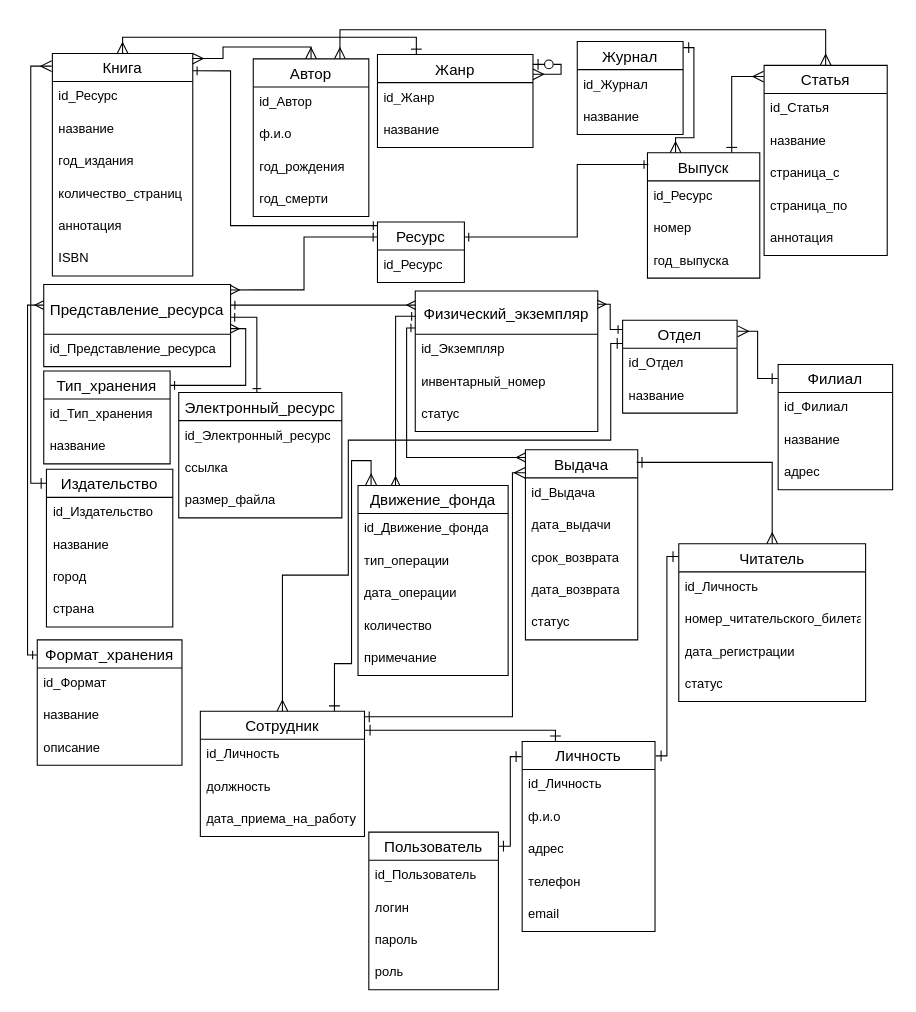
Before: page "ER-Объединенная" (3 of 9) of db_design.drawio in Alivaros/Course_Project_DB, a draw.io diagram. Source tidied: cells renumbered, new cells numbered last; positions are measured from the earlier drawing's top-left corner, leaving out a move shared by most shapes. Both pictures are drawn from the tidied source at 108%, with x=0, y=0 at pixel (27, 29).
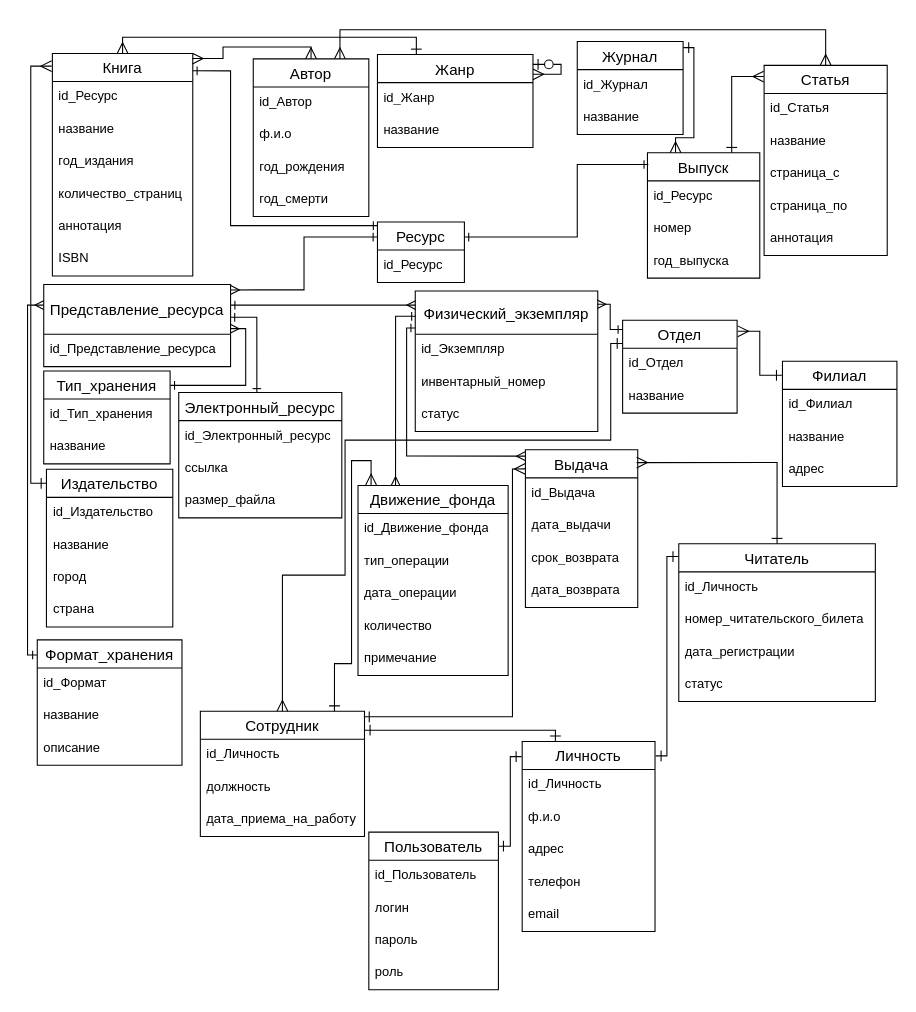
The same diagram, later.

Unchanged cells that the change refers to:
```xml
<mxCell id="39" value="Отдел" style="swimlane;fontStyle=0;horizontal=1;startSize=26;align=center;fontSize=14;" parent="1" vertex="1">
  <mxGeometry x="551" y="269" width="106" height="86" as="geometry" />
</mxCell>
<mxCell id="47" value="Сотрудник" style="swimlane;fontStyle=0;horizontal=1;startSize=26;align=center;fontSize=14;" parent="1" vertex="1">
  <mxGeometry x="160" y="631" width="152" height="116" as="geometry" />
</mxCell>
<mxCell id="93" value="Физический_экземпляр" style="swimlane;fontStyle=0;horizontal=1;startSize=40;align=center;fontSize=14;" parent="1" vertex="1">
  <mxGeometry x="359" y="242" width="169" height="130" as="geometry" />
</mxCell>
```

Change to the diagram source:
```diff
@@
     <mxCell id="35" value="Филиал" style="swimlane;fontStyle=0;horizontal=1;startSize=26;align=center;fontSize=14;" parent="1" vertex="1">
-      <mxGeometry x="695" y="310" width="106" height="116" as="geometry" />
+      <mxGeometry x="699" y="307" width="106" height="116" as="geometry" />
     </mxCell>
@@
     <mxCell id="42" value="Читатель" style="swimlane;fontStyle=0;horizontal=1;startSize=26;align=center;fontSize=14;" parent="1" vertex="1">
-      <mxGeometry x="603" y="476" width="173" height="146" as="geometry" />
+      <mxGeometry x="603" y="476" width="182" height="146" as="geometry" />
     </mxCell>
     <mxCell id="43" value="id_Личность" style="text;strokeColor=none;fillColor=none;spacingLeft=4;spacingRight=4;overflow=hidden;fontSize=12;whiteSpace=wrap;html=1;" parent="42" vertex="1">
-      <mxGeometry y="26" width="173" height="30" as="geometry" />
+      <mxGeometry y="26" width="182" height="30" as="geometry" />
     </mxCell>
     <mxCell id="44" value="номер_читательского_билета" style="text;strokeColor=none;fillColor=none;spacingLeft=4;spacingRight=4;overflow=hidden;fontSize=12;whiteSpace=wrap;html=1;" parent="42" vertex="1">
-      <mxGeometry y="56" width="173" height="30" as="geometry" />
+      <mxGeometry y="56" width="182" height="30" as="geometry" />
     </mxCell>
     <mxCell id="45" value="дата_регистрации" style="text;strokeColor=none;fillColor=none;spacingLeft=4;spacingRight=4;overflow=hidden;fontSize=12;whiteSpace=wrap;html=1;" parent="42" vertex="1">
-      <mxGeometry y="86" width="173" height="30" as="geometry" />
+      <mxGeometry y="86" width="182" height="30" as="geometry" />
     </mxCell>
     <mxCell id="46" value="статус" style="text;strokeColor=none;fillColor=none;spacingLeft=4;spacingRight=4;overflow=hidden;fontSize=12;whiteSpace=wrap;html=1;" parent="42" vertex="1">
-      <mxGeometry y="116" width="173" height="30" as="geometry" />
+      <mxGeometry y="116" width="182" height="30" as="geometry" />
     </mxCell>
@@
     <mxCell id="57" value="Выдача" style="swimlane;fontStyle=0;horizontal=1;startSize=26;align=center;fontSize=14;" parent="1" vertex="1">
-      <mxGeometry x="461" y="389" width="104" height="176" as="geometry" />
+      <mxGeometry x="461" y="389" width="104" height="146" as="geometry" />
     </mxCell>
@@
-    <mxCell id="62" value="статус" style="text;strokeColor=none;fillColor=none;spacingLeft=4;spacingRight=4;overflow=hidden;fontSize=12;whiteSpace=wrap;html=1;" parent="57" vertex="1">
-      <mxGeometry y="146" width="104" height="30" as="geometry" />
-    </mxCell>
@@
-    <mxCell id="78" style="edgeStyle=orthogonalEdgeStyle;fontSize=12;html=1;endArrow=ERone;rounded=0;startSize=8;endSize=8;startArrow=ERmany;startFill=0;endFill=0;exitX=0.5;exitY=0;exitDx=0;exitDy=0;entryX=0.99;entryY=0.066;entryDx=0;entryDy=0;entryPerimeter=0;" parent="1" edge="1" source="42" target="57">
+    <mxCell id="78" style="edgeStyle=orthogonalEdgeStyle;fontSize=12;html=1;endArrow=ERone;rounded=0;startSize=8;endSize=8;startArrow=ERmany;startFill=0;endFill=0;entryX=0.5;entryY=0;entryDx=0;entryDy=0;exitX=0.99;exitY=0.081;exitDx=0;exitDy=0;exitPerimeter=0;" parent="1" edge="1" source="57" target="42">
       <mxGeometry relative="1" as="geometry" />
     </mxCell>
     <mxCell id="79" style="edgeStyle=orthogonalEdgeStyle;fontSize=12;html=1;endArrow=ERmany;rounded=0;startSize=8;endSize=8;startArrow=ERone;startFill=0;endFill=0;entryX=-0.001;entryY=0.121;entryDx=0;entryDy=0;entryPerimeter=0;exitX=0.996;exitY=0.045;exitDx=0;exitDy=0;exitPerimeter=0;" parent="1" edge="1" source="47" target="57">
       <mxGeometry relative="1" as="geometry">
         <Array as="points">
           <mxPoint x="449" y="636" />
-          <mxPoint x="449" y="410" />
+          <mxPoint x="449" y="407" />
         </Array>
       </mxGeometry>
     </mxCell>
@@
     <mxCell id="115" style="edgeStyle=orthogonalEdgeStyle;fontSize=12;html=1;endArrow=ERmany;endFill=0;rounded=0;startArrow=ERone;startFill=0;entryX=-0.002;entryY=0.04;entryDx=0;entryDy=0;entryPerimeter=0;exitX=0;exitY=0.263;exitDx=0;exitDy=0;exitPerimeter=0;" parent="1" edge="1" source="93" target="57">
       <mxGeometry relative="1" as="geometry">
         <Array as="points">
           <mxPoint x="351" y="276" />
-          <mxPoint x="351" y="396" />
+          <mxPoint x="351" y="395" />
         </Array>
       </mxGeometry>
     </mxCell>
@@
     <mxCell id="117" style="edgeStyle=orthogonalEdgeStyle;fontSize=9;html=1;endArrow=ERone;rounded=0;startSize=8;endSize=8;startArrow=ERmany;startFill=0;endFill=0;entryX=0;entryY=0.25;entryDx=0;entryDy=0;exitX=0.5;exitY=0;exitDx=0;exitDy=0;" parent="1" edge="1" source="47" target="39">
       <mxGeometry relative="1" as="geometry">
         <Array as="points">
           <mxPoint x="236" y="505" />
-          <mxPoint x="297" y="505" />
-          <mxPoint x="297" y="380" />
+          <mxPoint x="294" y="505" />
+          <mxPoint x="294" y="380" />
           <mxPoint x="540" y="380" />
-          <mxPoint x="540" y="291" />
+          <mxPoint x="540" y="290" />
         </Array>
       </mxGeometry>
     </mxCell>
```
